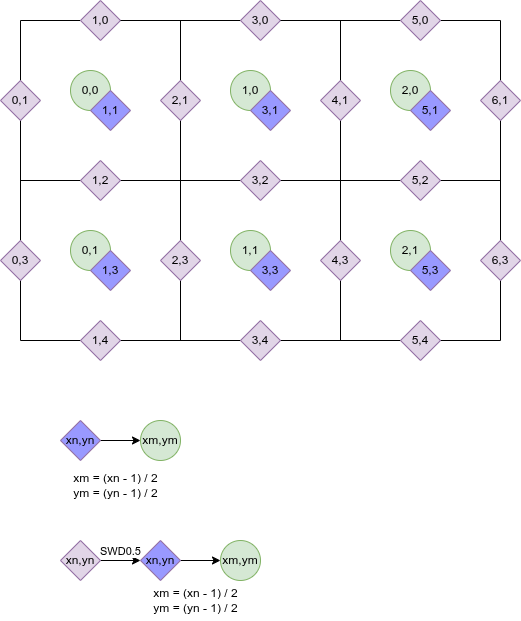
Before: docs/navigator.drawio.png, a diagram exported from draw.io (arsenier/ptaushka). Source tidied: cells renumbered, new cells last; positions are measured from the earlier drawing's top-left corner, leaving out a move shared by most shapes. The source it was exported from:
```xml
<mxGraphModel>
  <root>
    <mxCell id="0" />
    <mxCell id="1" parent="0" />
    <mxCell id="2" style="endArrow=none;html=1;" parent="1" edge="1" source="20">
      <mxGeometry relative="1" as="geometry">
        <mxPoint x="500" y="20" as="targetPoint" />
      </mxGeometry>
    </mxCell>
    <mxCell id="3" style="endArrow=none;html=1;" parent="1" edge="1">
      <mxGeometry relative="1" as="geometry">
        <mxPoint x="20" y="20" as="sourcePoint" />
        <mxPoint x="20" y="340" as="targetPoint" />
      </mxGeometry>
    </mxCell>
    <mxCell id="4" style="endArrow=none;html=1;" parent="1" edge="1">
      <mxGeometry relative="1" as="geometry">
        <mxPoint x="180" y="20" as="sourcePoint" />
        <mxPoint x="180" y="340" as="targetPoint" />
      </mxGeometry>
    </mxCell>
    <mxCell id="5" style="endArrow=none;html=1;" parent="1" edge="1">
      <mxGeometry relative="1" as="geometry">
        <mxPoint x="340" y="20" as="sourcePoint" />
        <mxPoint x="340" y="340" as="targetPoint" />
      </mxGeometry>
    </mxCell>
    <mxCell id="6" style="endArrow=none;html=1;" parent="1" edge="1">
      <mxGeometry relative="1" as="geometry">
        <mxPoint x="500" y="20" as="sourcePoint" />
        <mxPoint x="500" y="340" as="targetPoint" />
      </mxGeometry>
    </mxCell>
    <mxCell id="7" style="endArrow=none;html=1;" parent="1" edge="1">
      <mxGeometry relative="1" as="geometry">
        <mxPoint x="20" y="180" as="sourcePoint" />
        <mxPoint x="500" y="180" as="targetPoint" />
      </mxGeometry>
    </mxCell>
    <mxCell id="8" style="endArrow=none;html=1;" parent="1" edge="1">
      <mxGeometry relative="1" as="geometry">
        <mxPoint x="20" y="340" as="sourcePoint" />
        <mxPoint x="500" y="340" as="targetPoint" />
      </mxGeometry>
    </mxCell>
    <mxCell id="9" value="0,0" style="ellipse;whiteSpace=wrap;html=1;fillColor=#d5e8d4;strokeColor=#82b366;" parent="1" vertex="1">
      <mxGeometry x="70" y="70" width="40" height="40" as="geometry" />
    </mxCell>
    <mxCell id="10" value="1,0" style="ellipse;whiteSpace=wrap;html=1;fillColor=#d5e8d4;strokeColor=#82b366;" parent="1" vertex="1">
      <mxGeometry x="230" y="70" width="40" height="40" as="geometry" />
    </mxCell>
    <mxCell id="11" value="2,0" style="ellipse;whiteSpace=wrap;html=1;fillColor=#d5e8d4;strokeColor=#82b366;" parent="1" vertex="1">
      <mxGeometry x="390" y="70" width="40" height="40" as="geometry" />
    </mxCell>
    <mxCell id="12" value="0,1" style="ellipse;whiteSpace=wrap;html=1;fillColor=#d5e8d4;strokeColor=#82b366;" parent="1" vertex="1">
      <mxGeometry x="70" y="230" width="40" height="40" as="geometry" />
    </mxCell>
    <mxCell id="13" value="1,1" style="ellipse;whiteSpace=wrap;html=1;fillColor=#d5e8d4;strokeColor=#82b366;" parent="1" vertex="1">
      <mxGeometry x="230" y="230" width="40" height="40" as="geometry" />
    </mxCell>
    <mxCell id="14" value="2,1" style="ellipse;whiteSpace=wrap;html=1;fillColor=#d5e8d4;strokeColor=#82b366;" parent="1" vertex="1">
      <mxGeometry x="390" y="230" width="40" height="40" as="geometry" />
    </mxCell>
    <mxCell id="15" style="endArrow=none;html=1;" parent="1" edge="1" target="16">
      <mxGeometry relative="1" as="geometry">
        <mxPoint x="20" y="20" as="sourcePoint" />
      </mxGeometry>
    </mxCell>
    <mxCell id="16" value="1,0" style="rhombus;whiteSpace=wrap;html=1;fillColor=#e1d5e7;strokeColor=#9673a6;" parent="1" vertex="1">
      <mxGeometry x="80" width="40" height="40" as="geometry" />
    </mxCell>
    <mxCell id="17" style="endArrow=none;html=1;" parent="1" edge="1" source="16" target="18">
      <mxGeometry relative="1" as="geometry" />
    </mxCell>
    <mxCell id="18" value="3,0" style="rhombus;whiteSpace=wrap;html=1;fillColor=#e1d5e7;strokeColor=#9673a6;" parent="1" vertex="1">
      <mxGeometry x="240" width="40" height="40" as="geometry" />
    </mxCell>
    <mxCell id="19" style="endArrow=none;html=1;" parent="1" edge="1" source="18" target="20">
      <mxGeometry relative="1" as="geometry" />
    </mxCell>
    <mxCell id="20" value="5,0" style="rhombus;whiteSpace=wrap;html=1;fillColor=#e1d5e7;strokeColor=#9673a6;" parent="1" vertex="1">
      <mxGeometry x="400" width="40" height="40" as="geometry" />
    </mxCell>
    <mxCell id="21" value="0,1" style="rhombus;whiteSpace=wrap;html=1;fillColor=#e1d5e7;strokeColor=#9673a6;" parent="1" vertex="1">
      <mxGeometry y="80" width="40" height="40" as="geometry" />
    </mxCell>
    <mxCell id="22" value="2,1" style="rhombus;whiteSpace=wrap;html=1;fillColor=#e1d5e7;strokeColor=#9673a6;" parent="1" vertex="1">
      <mxGeometry x="160" y="80" width="40" height="40" as="geometry" />
    </mxCell>
    <mxCell id="23" value="4,1" style="rhombus;whiteSpace=wrap;html=1;fillColor=#e1d5e7;strokeColor=#9673a6;" parent="1" vertex="1">
      <mxGeometry x="320" y="80" width="40" height="40" as="geometry" />
    </mxCell>
    <mxCell id="24" value="1,1" style="rhombus;whiteSpace=wrap;html=1;fillColor=#9999FF;strokeColor=#9673a6;" parent="1" vertex="1">
      <mxGeometry x="90" y="90" width="40" height="40" as="geometry" />
    </mxCell>
    <mxCell id="25" value="3,1" style="rhombus;whiteSpace=wrap;html=1;fillColor=#9999FF;strokeColor=#9673a6;" parent="1" vertex="1">
      <mxGeometry x="250" y="90" width="40" height="40" as="geometry" />
    </mxCell>
    <mxCell id="26" value="5,1" style="rhombus;whiteSpace=wrap;html=1;fillColor=#9999FF;strokeColor=#9673a6;" parent="1" vertex="1">
      <mxGeometry x="410" y="90" width="40" height="40" as="geometry" />
    </mxCell>
    <mxCell id="27" value="1,2" style="rhombus;whiteSpace=wrap;html=1;fillColor=#e1d5e7;strokeColor=#9673a6;" parent="1" vertex="1">
      <mxGeometry x="80" y="160" width="40" height="40" as="geometry" />
    </mxCell>
    <mxCell id="28" value="3,2" style="rhombus;whiteSpace=wrap;html=1;fillColor=#e1d5e7;strokeColor=#9673a6;" parent="1" vertex="1">
      <mxGeometry x="240" y="160" width="40" height="40" as="geometry" />
    </mxCell>
    <mxCell id="29" value="5,2" style="rhombus;whiteSpace=wrap;html=1;fillColor=#e1d5e7;strokeColor=#9673a6;" parent="1" vertex="1">
      <mxGeometry x="400" y="160" width="40" height="40" as="geometry" />
    </mxCell>
    <mxCell id="30" value="0,3" style="rhombus;whiteSpace=wrap;html=1;fillColor=#e1d5e7;strokeColor=#9673a6;" parent="1" vertex="1">
      <mxGeometry y="240" width="40" height="40" as="geometry" />
    </mxCell>
    <mxCell id="31" value="2,3" style="rhombus;whiteSpace=wrap;html=1;fillColor=#e1d5e7;strokeColor=#9673a6;" parent="1" vertex="1">
      <mxGeometry x="160" y="240" width="40" height="40" as="geometry" />
    </mxCell>
    <mxCell id="32" value="4,3" style="rhombus;whiteSpace=wrap;html=1;fillColor=#e1d5e7;strokeColor=#9673a6;" parent="1" vertex="1">
      <mxGeometry x="320" y="240" width="40" height="40" as="geometry" />
    </mxCell>
    <mxCell id="33" value="1,4" style="rhombus;whiteSpace=wrap;html=1;fillColor=#e1d5e7;strokeColor=#9673a6;" parent="1" vertex="1">
      <mxGeometry x="80" y="320" width="40" height="40" as="geometry" />
    </mxCell>
    <mxCell id="34" value="3,4" style="rhombus;whiteSpace=wrap;html=1;fillColor=#e1d5e7;strokeColor=#9673a6;" parent="1" vertex="1">
      <mxGeometry x="240" y="320" width="40" height="40" as="geometry" />
    </mxCell>
    <mxCell id="35" value="5,4" style="rhombus;whiteSpace=wrap;html=1;fillColor=#e1d5e7;strokeColor=#9673a6;" parent="1" vertex="1">
      <mxGeometry x="400" y="320" width="40" height="40" as="geometry" />
    </mxCell>
    <mxCell id="36" value="1,3" style="rhombus;whiteSpace=wrap;html=1;fillColor=#9999FF;strokeColor=#9673a6;" parent="1" vertex="1">
      <mxGeometry x="90" y="250" width="40" height="40" as="geometry" />
    </mxCell>
    <mxCell id="37" value="3,3" style="rhombus;whiteSpace=wrap;html=1;fillColor=#9999FF;strokeColor=#9673a6;" parent="1" vertex="1">
      <mxGeometry x="250" y="250" width="40" height="40" as="geometry" />
    </mxCell>
    <mxCell id="38" value="5,3" style="rhombus;whiteSpace=wrap;html=1;fillColor=#9999FF;strokeColor=#9673a6;" parent="1" vertex="1">
      <mxGeometry x="410" y="250" width="40" height="40" as="geometry" />
    </mxCell>
    <mxCell id="39" value="6,1" style="rhombus;whiteSpace=wrap;html=1;fillColor=#e1d5e7;strokeColor=#9673a6;" parent="1" vertex="1">
      <mxGeometry x="480" y="80" width="40" height="40" as="geometry" />
    </mxCell>
    <mxCell id="40" value="6,3" style="rhombus;whiteSpace=wrap;html=1;fillColor=#e1d5e7;strokeColor=#9673a6;" parent="1" vertex="1">
      <mxGeometry x="480" y="240" width="40" height="40" as="geometry" />
    </mxCell>
    <mxCell id="41" style="edgeStyle=none;html=1;" parent="1" edge="1" source="42" target="43">
      <mxGeometry relative="1" as="geometry" />
    </mxCell>
    <mxCell id="42" value="xn,yn" style="rhombus;whiteSpace=wrap;html=1;fillColor=#9999FF;strokeColor=#9673a6;" parent="1" vertex="1">
      <mxGeometry x="60" y="420" width="40" height="40" as="geometry" />
    </mxCell>
    <mxCell id="43" value="xm,ym" style="ellipse;whiteSpace=wrap;html=1;fillColor=#d5e8d4;strokeColor=#82b366;" parent="1" vertex="1">
      <mxGeometry x="140" y="420" width="40" height="40" as="geometry" />
    </mxCell>
    <mxCell id="44" value="xm = (xn - 1) / 2&lt;div&gt;ym = (yn - 1) / 2&lt;/div&gt;" style="text;html=1;align=center;verticalAlign=middle;strokeColor=none;fillColor=none;" parent="1" vertex="1">
      <mxGeometry x="60" y="465" width="110" height="40" as="geometry" />
    </mxCell>
    <mxCell id="45" style="edgeStyle=none;html=1;" parent="1" edge="1" source="47" target="49">
      <mxGeometry relative="1" as="geometry" />
    </mxCell>
    <mxCell id="46" value="SWD0.5" style="edgeLabel;html=1;align=center;verticalAlign=middle;" parent="45" vertex="1">
      <mxGeometry x="-0.4" y="2" relative="1" as="geometry">
        <mxPoint x="8" y="-8" as="offset" />
      </mxGeometry>
    </mxCell>
    <mxCell id="47" value="xn,yn" style="rhombus;whiteSpace=wrap;html=1;fillColor=#e1d5e7;strokeColor=#9673a6;" parent="1" vertex="1">
      <mxGeometry x="60" y="540" width="40" height="40" as="geometry" />
    </mxCell>
    <mxCell id="48" style="edgeStyle=none;html=1;" parent="1" edge="1" source="49" target="50">
      <mxGeometry relative="1" as="geometry" />
    </mxCell>
    <mxCell id="49" value="xn,yn" style="rhombus;whiteSpace=wrap;html=1;fillColor=#9999FF;strokeColor=#9673a6;" parent="1" vertex="1">
      <mxGeometry x="140" y="540" width="40" height="40" as="geometry" />
    </mxCell>
    <mxCell id="50" value="xm,ym" style="ellipse;whiteSpace=wrap;html=1;fillColor=#d5e8d4;strokeColor=#82b366;" parent="1" vertex="1">
      <mxGeometry x="220" y="540" width="40" height="40" as="geometry" />
    </mxCell>
    <mxCell id="51" value="xm = (xn - 1) / 2&lt;div&gt;ym = (yn - 1) / 2&lt;/div&gt;" style="text;html=1;align=center;verticalAlign=middle;strokeColor=none;fillColor=none;" parent="1" vertex="1">
      <mxGeometry x="140" y="580" width="110" height="40" as="geometry" />
    </mxCell>
  </root>
</mxGraphModel>
```
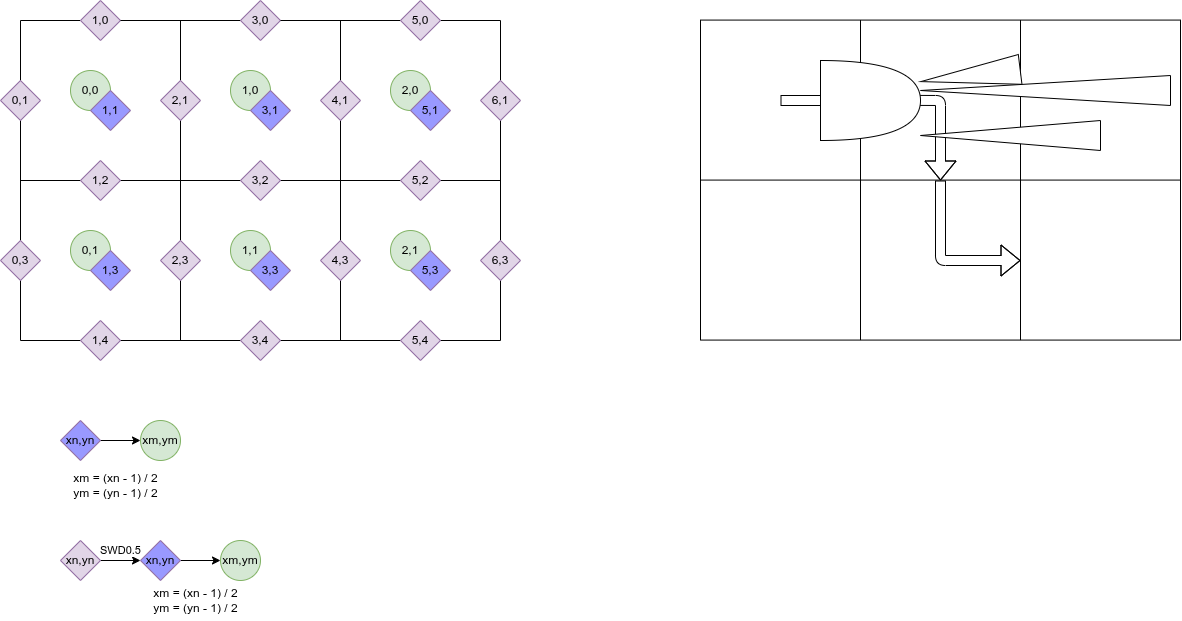
After the commit.

Diff of the diagram source:
```diff
@@ -176,5 +176,83 @@
     <mxCell id="51" value="xm = (xn - 1) / 2&lt;div&gt;ym = (yn - 1) / 2&lt;/div&gt;" style="text;html=1;align=center;verticalAlign=middle;strokeColor=none;fillColor=none;" parent="1" vertex="1">
       <mxGeometry x="140" y="580" width="110" height="40" as="geometry" />
     </mxCell>
+    <mxCell id="52" style="shape=flexArrow;endArrow=classic;html=1;" parent="1" edge="1">
+      <mxGeometry relative="1" as="geometry">
+        <mxPoint x="780" y="100" as="sourcePoint" />
+        <mxPoint x="860" y="100" as="targetPoint" />
+      </mxGeometry>
+    </mxCell>
+    <mxCell id="53" style="endArrow=none;html=1;" parent="1" edge="1">
+      <mxGeometry relative="1" as="geometry">
+        <mxPoint x="700" y="19.6" as="sourcePoint" />
+        <mxPoint x="700" y="339.6" as="targetPoint" />
+      </mxGeometry>
+    </mxCell>
+    <mxCell id="54" style="endArrow=none;html=1;" parent="1" edge="1">
+      <mxGeometry relative="1" as="geometry">
+        <mxPoint x="860" y="19.6" as="sourcePoint" />
+        <mxPoint x="860" y="339.6" as="targetPoint" />
+      </mxGeometry>
+    </mxCell>
+    <mxCell id="55" style="endArrow=none;html=1;" parent="1" edge="1">
+      <mxGeometry relative="1" as="geometry">
+        <mxPoint x="1020" y="19.6" as="sourcePoint" />
+        <mxPoint x="1020" y="339.6" as="targetPoint" />
+      </mxGeometry>
+    </mxCell>
+    <mxCell id="56" style="endArrow=none;html=1;" parent="1" edge="1">
+      <mxGeometry relative="1" as="geometry">
+        <mxPoint x="1180" y="19.6" as="sourcePoint" />
+        <mxPoint x="1180" y="339.6" as="targetPoint" />
+      </mxGeometry>
+    </mxCell>
+    <mxCell id="57" style="endArrow=none;html=1;" parent="1" edge="1">
+      <mxGeometry relative="1" as="geometry">
+        <mxPoint x="700" y="179.6" as="sourcePoint" />
+        <mxPoint x="1180" y="179.6" as="targetPoint" />
+      </mxGeometry>
+    </mxCell>
+    <mxCell id="58" style="endArrow=none;html=1;" parent="1" edge="1">
+      <mxGeometry relative="1" as="geometry">
+        <mxPoint x="700" y="339.6" as="sourcePoint" />
+        <mxPoint x="1180" y="339.6" as="targetPoint" />
+      </mxGeometry>
+    </mxCell>
+    <mxCell id="59" style="endArrow=none;html=1;" parent="1" edge="1">
+      <mxGeometry relative="1" as="geometry">
+        <mxPoint x="700" y="19.6" as="sourcePoint" />
+        <mxPoint x="1180" y="19.6" as="targetPoint" />
+      </mxGeometry>
+    </mxCell>
+    <mxCell id="60" style="shape=flexArrow;endArrow=classic;html=1;" parent="1" edge="1">
+      <mxGeometry relative="1" as="geometry">
+        <mxPoint x="860" y="99.7" as="sourcePoint" />
+        <mxPoint x="940" y="180" as="targetPoint" />
+        <Array as="points">
+          <mxPoint x="940" y="100" />
+        </Array>
+      </mxGeometry>
+    </mxCell>
+    <mxCell id="61" style="shape=flexArrow;endArrow=classic;html=1;" parent="1" edge="1">
+      <mxGeometry relative="1" as="geometry">
+        <mxPoint x="940" y="180" as="sourcePoint" />
+        <mxPoint x="1020" y="260" as="targetPoint" />
+        <Array as="points">
+          <mxPoint x="940" y="260" />
+        </Array>
+      </mxGeometry>
+    </mxCell>
+    <mxCell id="62" style="shape=or;whiteSpace=wrap;html=1;" parent="1" vertex="1">
+      <mxGeometry x="820" y="60" width="100" height="80" as="geometry" />
+    </mxCell>
+    <mxCell id="63" style="triangle;whiteSpace=wrap;html=1;rotation=-187;" parent="1" vertex="1">
+      <mxGeometry x="920" y="60" width="100" height="30" as="geometry" />
+    </mxCell>
+    <mxCell id="64" style="triangle;whiteSpace=wrap;html=1;rotation=-180;" parent="1" vertex="1">
+      <mxGeometry x="920" y="75" width="250" height="30" as="geometry" />
+    </mxCell>
+    <mxCell id="65" style="triangle;whiteSpace=wrap;html=1;rotation=-180;" parent="1" vertex="1">
+      <mxGeometry x="920" y="120" width="180" height="30" as="geometry" />
+    </mxCell>
   </root>
 </mxGraphModel>
```
